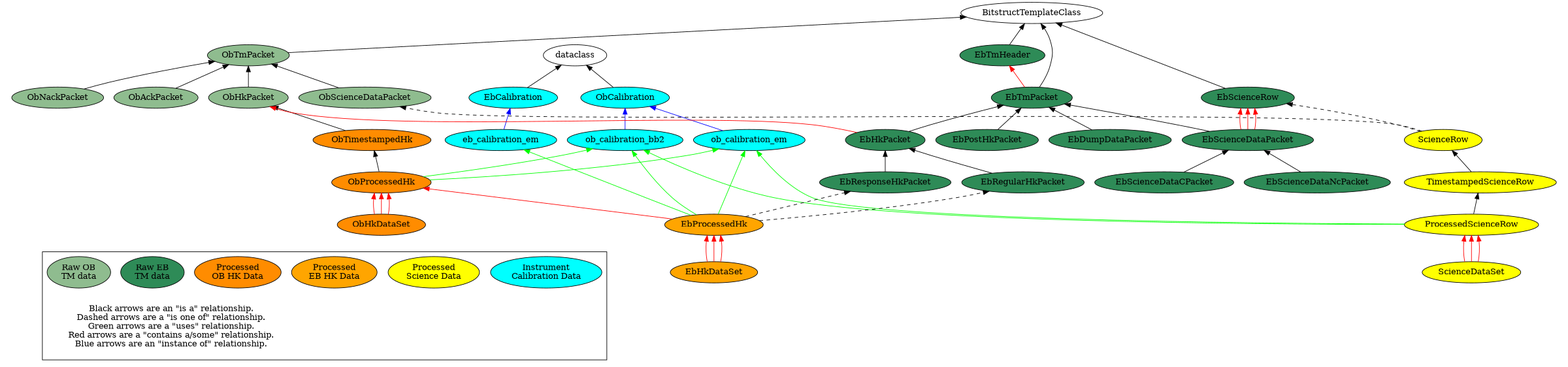
The Graphviz diagram doc/enfys-classes.png in AU-ExoMars/egse-data-decoders, before a commit. Its source is kept beside it as doc/enfys-classes.dot.
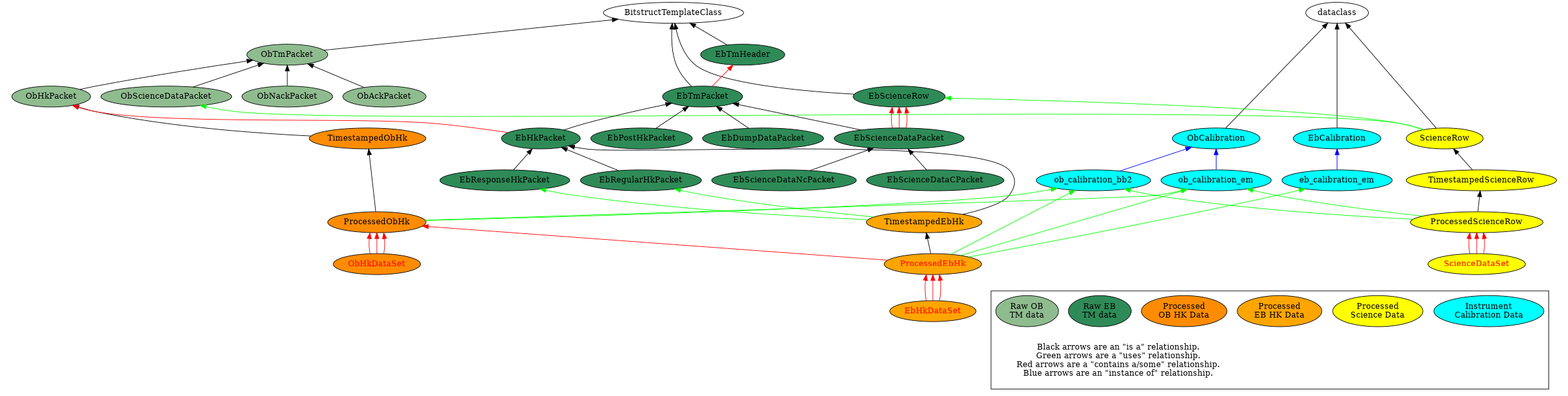
The same diagram one commit later.

Commit message:
Tweak the diagram a bit; mark off some more classes as done.

Change to the diagram source:
```diff
@@ -13,6 +13,9 @@
 contains: red
 instance: blue
 ---
+{% macro node(node_name, done=False) %}
+{{ node_name }} [ label="{{node_name}}"{% if not done %} fontcolor="red"{% endif %} ]
+{% endmacro %}
 digraph classes {
     graph [ dpi=300 ];
     size = "8x12";
@@ -21,27 +24,10 @@
 
     rankdir=BT
 
-    BitstructTemplateClass;
-    dataclass;
-
-    subgraph key {
-        cluster=true;
-        labelloc = "t";
-        labeljust = "l";
-        label="
-        Black arrows are an \"is a\" relationship.
-        Dashed arrows are a \"is one of\" relationship.
-        {{uses|capitalize}} arrows are a \"uses\" relationship.
-        {{contains|capitalize}} arrows are a \"contains a/some\" relationship.
-        {{instance|capitalize}} arrows are an \"instance of\" relationship.
-        ";
-        rank=same;
-        cal [label="Instrument\nCalibration Data", fillcolor="{{calibration}}", style=filled];
-        sdp [label="Processed\nScience Data", fillcolor="{{science_data}}", style=filled];
-        ebhkp [label="Processed\nEB HK Data", fillcolor="{{processed_eb_hk}}", style=filled];
-        obhkp [label="Processed\nOB HK Data", fillcolor="{{processed_ob_hk}}", style=filled];
-        ebraw [label="Raw EB\nTM data", fillcolor="{{raw_eb}}", style=filled];
-        obraw [label="Raw OB\nTM data", fillcolor="{{raw_ob}}", style=filled];
+    subgraph top {
+        rank = same;
+        {{ node("BitstructTemplateClass", done=True) }};
+        {{ node("dataclass", done=True) }};
     }
 
     subgraph cluster_calibration {
@@ -50,14 +36,14 @@
 
         subgraph calbase {
             rank=same;
-            EbCalibration;
-            ObCalibration;
+            {{node("EbCalibration", done=True)}};
+            {{node("ObCalibration", done=True)}};
         }
         subgraph calsub {
             rank=same;
-            eb_calibration_em;
-            ob_calibration_bb2;
-            ob_calibration_em;
+            {{node("eb_calibration_em", done=True)}};
+            {{node("ob_calibration_bb2", done=True)}};
+            {{node("ob_calibration_em", done=True)}};
         }
     }
 
@@ -65,60 +51,61 @@
         cluster=true;
         style=invis;
         node [fillcolor="{{science_data}}", style=filled];
-        ScienceRow;
-        TimestampedScienceRow;
-        ProcessedScienceRow;
-        ScienceDataSet;
+        {{node("ScienceRow", done=True)}};
+        {{node("TimestampedScienceRow", done=True)}};
+        {{node("ProcessedScienceRow", done=True)}};
+        {{node("ScienceDataSet")}};
     }
 
     subgraph ebhkdata {
         node [fillcolor="{{processed_eb_hk}}", style=filled];
         cluster=true;
         style=invis;
-        EbProcessedHk;
-        EbHkDataSet;
+        {{node("TimestampedEbHk", done=True)}};
+        {{node("ProcessedEbHk")}};
+        {{node("EbHkDataSet")}};
     }
 
     subgraph obhkdata {
         cluster=true;
         style=invis;
         node [fillcolor="{{processed_ob_hk}}", style=filled];
-        ObTimestampedHk;
-        ObProcessedHk;
-        ObHkDataSet;
+        {{node("TimestampedObHk", done=True)}};
+        {{node("ProcessedObHk", done=True)}};
+        {{node("ObHkDataSet")}};
     }
 
     subgraph OB {
         cluster=true;
         style=invis;
         node [fillcolor="{{raw_ob}}", style=filled];
-        ObTmPacket;
-        ObHkPacket;
-        ObScienceDataPacket;
-        ObAckPacket;
-        ObNackPacket;
+        {{node("ObTmPacket", done=True)}};
+        {{node("ObHkPacket", done=True)}};
+        {{node("ObScienceDataPacket", done=True)}};
+        {{node("ObAckPacket", done=True)}};
+        {{node("ObNackPacket", done=True)}};
     }
 
     subgraph EB {
         cluster=true;
         style=invis;
         node [fillcolor="{{raw_eb}}", style=filled];
-        EbTmHeader;
-        EbScienceRow;
+        {{node("EbTmHeader", done=True)}};
+        {{node("EbScienceRow", done=True)}};
 
-        EbTmPacket;
+        {{node("EbTmPacket", done=True)}};
 
-        EbHkPacket;
-        EbPostHkPacket;
+        {{node("EbHkPacket", done=True)}};
+        {{node("EbPostHkPacket", done=True)}};
 
-        EbRegularHkPacket;
-        EbResponseHkPacket;
+        {{node("EbRegularHkPacket", done=True)}};
+        {{node("EbResponseHkPacket", done=True)}};
 
-        EbDumpDataPacket;
+        {{node("EbDumpDataPacket", done=True)}};
 
-        EbScienceDataPacket;
-        EbScienceDataCPacket;
-        EbScienceDataNcPacket;
+        {{node("EbScienceDataPacket", done=True)}};
+        {{node("EbScienceDataCPacket", done=True)}};
+        {{node("EbScienceDataNcPacket", done=True)}};
     }
 
     EbCalibration -> dataclass;
@@ -129,21 +116,24 @@
     ob_calibration_em -> ObCalibration [color={{instance}}];
 
 
-    ObTimestampedHk -> ObHkPacket;
-    ObProcessedHk -> ObTimestampedHk;
-    ObHkDataSet -> ObProcessedHk [color={{contains}}];
-    ObHkDataSet -> ObProcessedHk [color={{contains}}];
-    ObHkDataSet -> ObProcessedHk [color={{contains}}];
-    ObProcessedHk -> { ob_calibration_bb2, ob_calibration_em } [color={{uses}}];
+    TimestampedObHk -> ObHkPacket;
+    ProcessedObHk -> TimestampedObHk;
+    ObHkDataSet -> ProcessedObHk [color={{contains}}];
+    ObHkDataSet -> ProcessedObHk [color={{contains}}];
+    ObHkDataSet -> ProcessedObHk [color={{contains}}];
+    ProcessedObHk -> { ob_calibration_bb2, ob_calibration_em } [color={{uses}}];
 
-    EbHkDataSet -> EbProcessedHk [color={{contains}}];
-    EbHkDataSet -> EbProcessedHk [color={{contains}}];
-    EbHkDataSet -> EbProcessedHk [color={{contains}}];
-    EbProcessedHk -> { EbResponseHkPacket, EbRegularHkPacket } [style=dashed];
-    EbProcessedHk -> ObProcessedHk [color={{contains}}];
-    EbProcessedHk -> { eb_calibration_em, ob_calibration_bb2, ob_calibration_em } [color={{uses}}];
+    EbHkDataSet -> ProcessedEbHk [color={{contains}}];
+    EbHkDataSet -> ProcessedEbHk [color={{contains}}];
+    EbHkDataSet -> ProcessedEbHk [color={{contains}}];
+    TimestampedEbHk -> EbHkPacket;
+    TimestampedEbHk -> { EbResponseHkPacket, EbRegularHkPacket } [color={{uses}}];
+    ProcessedEbHk -> TimestampedEbHk;
+    ProcessedEbHk -> ProcessedObHk [color={{contains}}];
+    ProcessedEbHk -> { eb_calibration_em, ob_calibration_bb2, ob_calibration_em } [color={{uses}}];
 
-    ScienceRow-> { EbScienceRow, ObScienceDataPacket } [style=dashed]
+    ScienceRow-> dataclass;
+    ScienceRow-> { EbScienceRow, ObScienceDataPacket } [color={{uses}}];
     ScienceDataSet -> ProcessedScienceRow [color={{contains}}];
     ScienceDataSet -> ProcessedScienceRow [color={{contains}}];
     ScienceDataSet -> ProcessedScienceRow [color={{contains}}];
@@ -177,4 +167,25 @@
 
     EbScienceDataCPacket -> EbScienceDataPacket;
     EbScienceDataNcPacket -> EbScienceDataPacket;
+
+    subgraph key {
+        cluster=true;
+        rank=same;
+        labelloc = "t";
+        labeljust = "l";
+        label="
+        Black arrows are an \"is a\" relationship.
+        {{uses|capitalize}} arrows are a \"uses\" relationship.
+        {{contains|capitalize}} arrows are a \"contains a/some\" relationship.
+        {{instance|capitalize}} arrows are an \"instance of\" relationship.
+        ";
+        cal [label="Instrument\nCalibration Data", fillcolor="{{calibration}}", style=filled];
+        sdp [label="Processed\nScience Data", fillcolor="{{science_data}}", style=filled];
+        ebhkp [label="Processed\nEB HK Data", fillcolor="{{processed_eb_hk}}", style=filled];
+        obhkp [label="Processed\nOB HK Data", fillcolor="{{processed_ob_hk}}", style=filled];
+        ebraw [label="Raw EB\nTM data", fillcolor="{{raw_eb}}", style=filled];
+        obraw [label="Raw OB\nTM data", fillcolor="{{raw_ob}}", style=filled];
+
+        cal -> ScienceDataSet [style=invis];
+    }
 }
```
